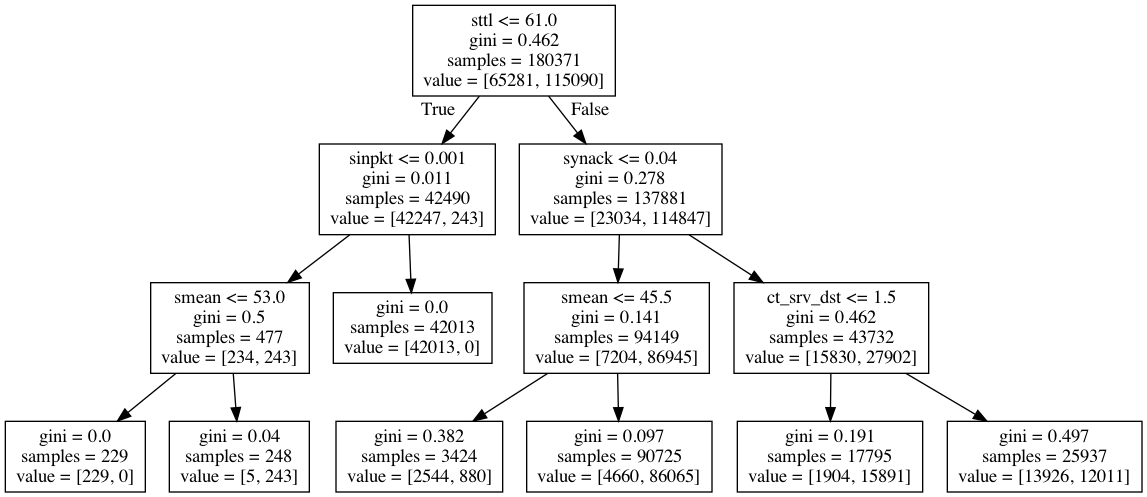
Before: 5.ML_Models/baseline/images/decisionTree.png, a diagram exported from Graphviz (divyaKh/CMPE255Project). Its source is kept beside it as 5.ML_Models/baseline/images/decisionTree.dot.
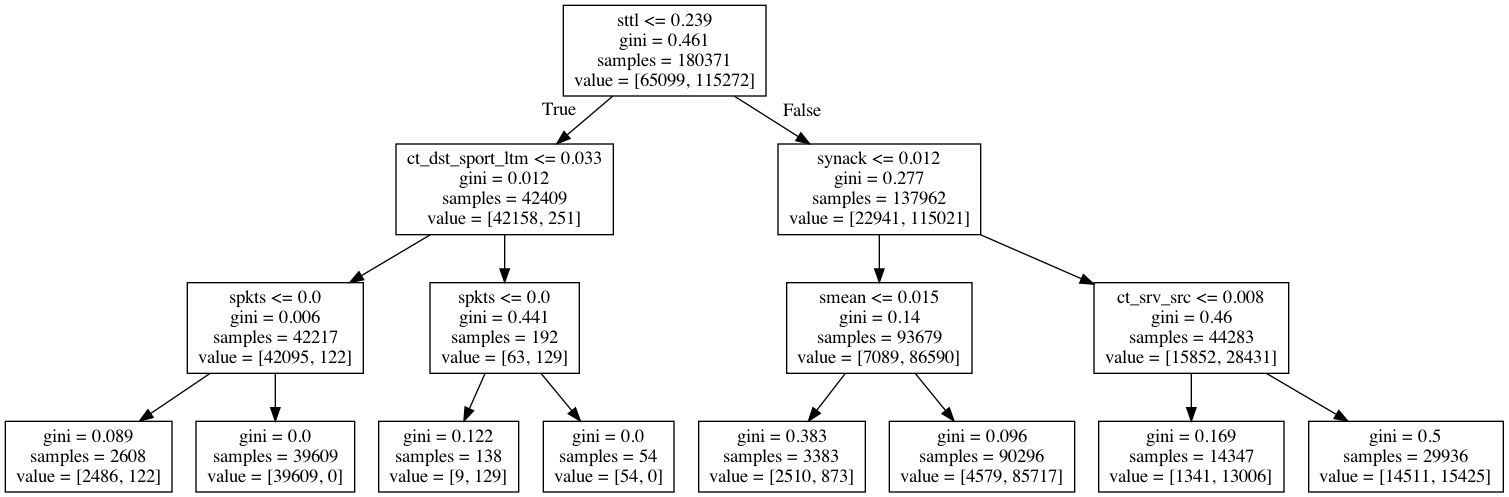
After the change.

The edit, as a diff of the source:
```diff
@@ -1,28 +1,32 @@
 digraph Tree {
 node [shape=box] ;
-0 [label="sttl <= 61.0\ngini = 0.462\nsamples = 180371\nvalue = [65281, 115090]"] ;
-1 [label="sinpkt <= 0.001\ngini = 0.011\nsamples = 42490\nvalue = [42247, 243]"] ;
+0 [label="sttl <= 0.239\ngini = 0.461\nsamples = 180371\nvalue = [65099, 115272]"] ;
+1 [label="ct_dst_sport_ltm <= 0.033\ngini = 0.012\nsamples = 42409\nvalue = [42158, 251]"] ;
 0 -> 1 [labeldistance=2.5, labelangle=45, headlabel="True"] ;
-2 [label="smean <= 53.0\ngini = 0.5\nsamples = 477\nvalue = [234, 243]"] ;
+2 [label="spkts <= 0.0\ngini = 0.006\nsamples = 42217\nvalue = [42095, 122]"] ;
 1 -> 2 ;
-3 [label="gini = 0.0\nsamples = 229\nvalue = [229, 0]"] ;
+3 [label="gini = 0.089\nsamples = 2608\nvalue = [2486, 122]"] ;
 2 -> 3 ;
-4 [label="gini = 0.04\nsamples = 248\nvalue = [5, 243]"] ;
+4 [label="gini = 0.0\nsamples = 39609\nvalue = [39609, 0]"] ;
 2 -> 4 ;
-5 [label="gini = 0.0\nsamples = 42013\nvalue = [42013, 0]"] ;
+5 [label="spkts <= 0.0\ngini = 0.441\nsamples = 192\nvalue = [63, 129]"] ;
 1 -> 5 ;
-6 [label="synack <= 0.04\ngini = 0.278\nsamples = 137881\nvalue = [23034, 114847]"] ;
-0 -> 6 [labeldistance=2.5, labelangle=-45, headlabel="False"] ;
-7 [label="smean <= 45.5\ngini = 0.141\nsamples = 94149\nvalue = [7204, 86945]"] ;
-6 -> 7 ;
-8 [label="gini = 0.382\nsamples = 3424\nvalue = [2544, 880]"] ;
-7 -> 8 ;
-9 [label="gini = 0.097\nsamples = 90725\nvalue = [4660, 86065]"] ;
-7 -> 9 ;
-10 [label="ct_srv_dst <= 1.5\ngini = 0.462\nsamples = 43732\nvalue = [15830, 27902]"] ;
-6 -> 10 ;
-11 [label="gini = 0.191\nsamples = 17795\nvalue = [1904, 15891]"] ;
-10 -> 11 ;
-12 [label="gini = 0.497\nsamples = 25937\nvalue = [13926, 12011]"] ;
-10 -> 12 ;
+6 [label="gini = 0.122\nsamples = 138\nvalue = [9, 129]"] ;
+5 -> 6 ;
+7 [label="gini = 0.0\nsamples = 54\nvalue = [54, 0]"] ;
+5 -> 7 ;
+8 [label="synack <= 0.012\ngini = 0.277\nsamples = 137962\nvalue = [22941, 115021]"] ;
+0 -> 8 [labeldistance=2.5, labelangle=-45, headlabel="False"] ;
+9 [label="smean <= 0.015\ngini = 0.14\nsamples = 93679\nvalue = [7089, 86590]"] ;
+8 -> 9 ;
+10 [label="gini = 0.383\nsamples = 3383\nvalue = [2510, 873]"] ;
+9 -> 10 ;
+11 [label="gini = 0.096\nsamples = 90296\nvalue = [4579, 85717]"] ;
+9 -> 11 ;
+12 [label="ct_srv_src <= 0.008\ngini = 0.46\nsamples = 44283\nvalue = [15852, 28431]"] ;
+8 -> 12 ;
+13 [label="gini = 0.169\nsamples = 14347\nvalue = [1341, 13006]"] ;
+12 -> 13 ;
+14 [label="gini = 0.5\nsamples = 29936\nvalue = [14511, 15425]"] ;
+12 -> 14 ;
 }
```
